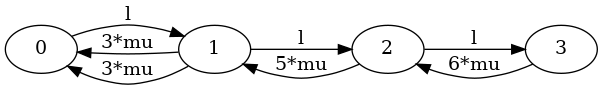
The Graphviz diagram 4/state_diagram.png in Ygenks/MOD, before a commit. Its source is kept beside it as 4/state_diagram.dot. The source it was exported from:
```dot
digraph {

    rankdir=LR;
    splines=true;
    overlap=false;

	0 -> 1[label="l"];


    1 -> 2[label="l"];
    1 -> 0[label="3*mu"];

    2 -> 3[label="l"];
    2 -> 1[label="5*mu"];

    3 -> 2[label="6*mu"];

}
```
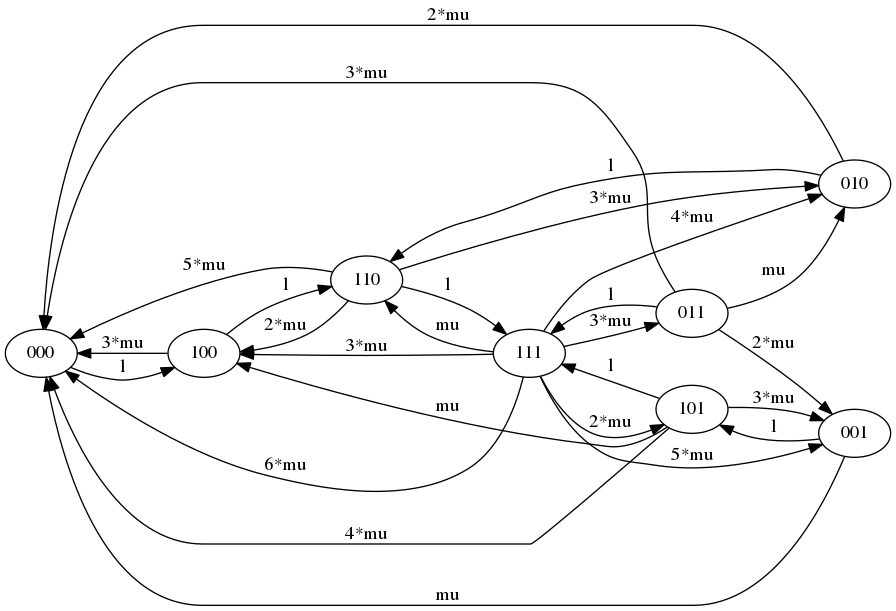
After the commit.

Change to the diagram source:
```diff
@@ -4,15 +4,39 @@
     splines=true;
     overlap=false;
 
-	0 -> 1[label="l"];
+	000 -> 100[label="l"];
+
+    100 -> 110[label="l"];
+    100 -> 000[label="3*mu"];
 
 
-    1 -> 2[label="l"];
-    1 -> 0[label="3*mu"];
+    110 -> 111[label="l"];
+    110 -> 000[label="5*mu"];
+    110 -> 010[label="3*mu"];
+    110 -> 100[label="2*mu"];
 
-    2 -> 3[label="l"];
-    2 -> 1[label="5*mu"];
+    010 -> 110[label="l"];
+    010 -> 000[label="2*mu"];
 
-    3 -> 2[label="6*mu"];
+    111 -> 100[label="3*mu"];
+    111 -> 011[label="3*mu"];
+    111 -> 110[label="mu"];
+    111 -> 001[label="5*mu"];
+    111 -> 010[label="4*mu"];
+    111 -> 101[label="2*mu"];
+    111 -> 000[label="6*mu"];
+
+    101 -> 111[label="l"];
+    101 -> 000[label="4*mu"];
+    101 -> 100[label="mu"];
+    101 -> 001[label="3*mu"];
+
+    001 -> 101[label="l"];
+    001 -> 000[label="mu"];
+
+    011 -> 111[label="l"];
+    011 -> 010[label="mu"];
+    011 -> 001[label="2*mu"];
+    011 -> 000[label="3*mu"];
 
 }
```
